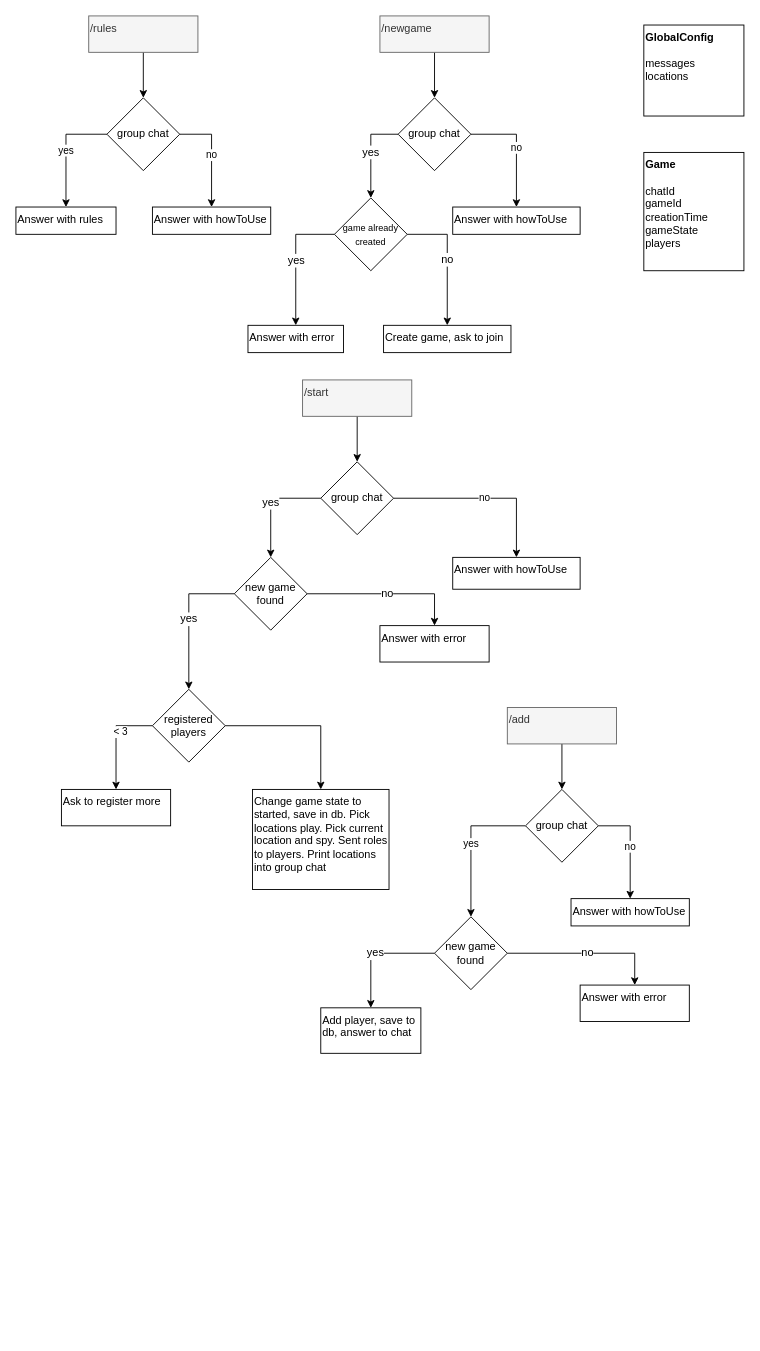
vendigo/spyfall-bot keeps this draw.io diagram as business-flow.drawio. Above is the earlier version. Source tidied: cells renumbered, new cells numbered last; positions are measured from the earlier drawing's top-left corner, leaving out a move shared by most shapes. Both pictures are drawn from the tidied source at 91%, with x=0, y=0 at pixel (15, 15).
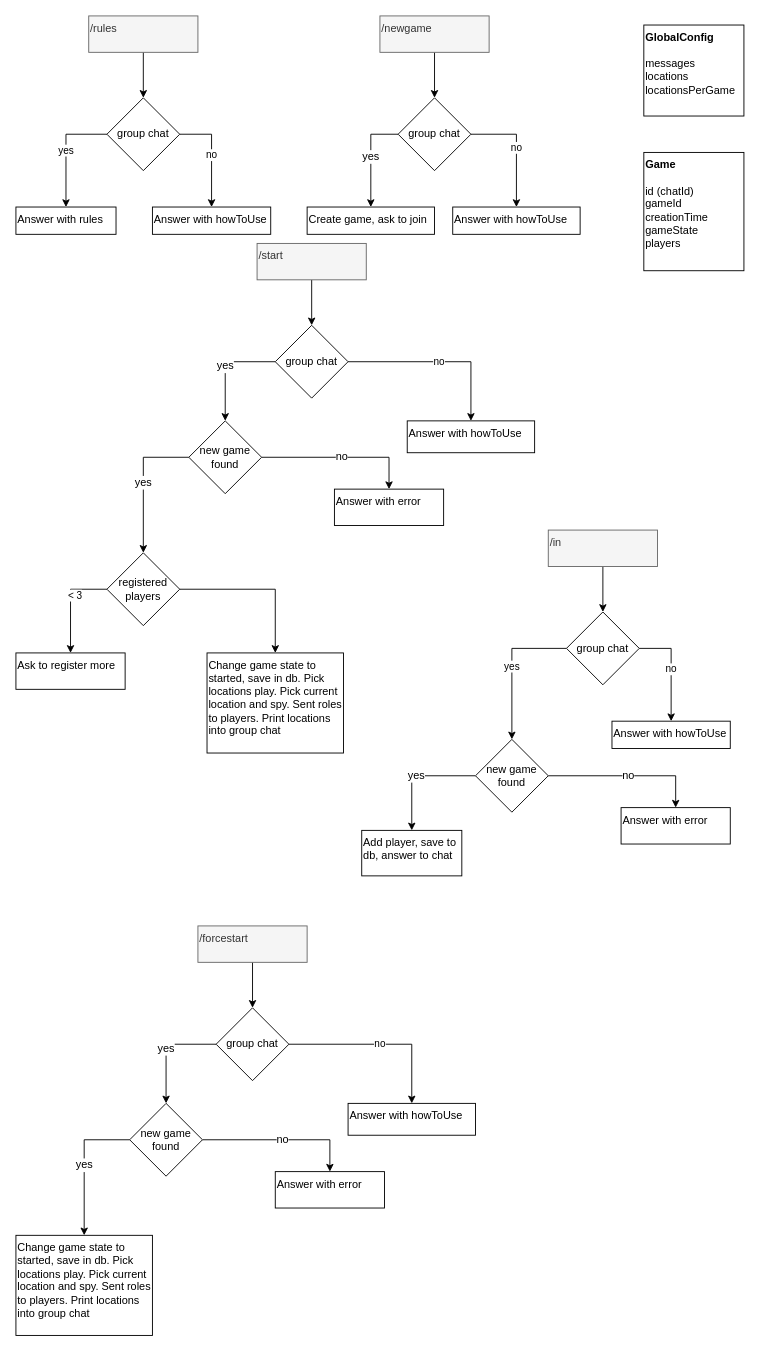
After the change.

Commit message (it also covers changes not shown here):
Cleanups, locationsPerGame moved to config. Fixed gameId increment

Unchanged cells that the change refers to:
```xml
<mxCell id="8" value="group chat" style="rhombus;whiteSpace=wrap;html=1;align=center;verticalAlign=middle;" parent="1" vertex="1">
  <mxGeometry x="420" y="90" width="80" height="80" as="geometry" />
</mxCell>
```

Change to the diagram source:
```diff
@@
-    <mxCell id="2" value="&lt;b&gt;GlobalConfig&lt;/b&gt;&lt;br&gt;&lt;br&gt;messages&lt;br&gt;locations" style="rounded=0;whiteSpace=wrap;html=1;verticalAlign=top;align=left;" parent="1" vertex="1">
+    <mxCell id="2" value="&lt;b&gt;GlobalConfig&lt;/b&gt;&lt;br&gt;&lt;br&gt;messages&lt;br&gt;locations&lt;br&gt;locationsPerGame" style="rounded=0;whiteSpace=wrap;html=1;verticalAlign=top;align=left;" parent="1" vertex="1">
       <mxGeometry x="690" y="10" width="110" height="100" as="geometry" />
     </mxCell>
@@
     <mxCell id="5" value="Change game state to started, save in db. Pick locations play. Pick current location and spy. Sent roles to players. Print locations into group chat" style="rounded=0;whiteSpace=wrap;html=1;align=left;verticalAlign=top;" parent="1" vertex="1">
-      <mxGeometry x="260" y="850" width="150" height="110" as="geometry" />
+      <mxGeometry x="210" y="700" width="150" height="110" as="geometry" />
     </mxCell>
@@
-    <mxCell id="7" value="yes" style="edgeStyle=orthogonalEdgeStyle;rounded=0;jettySize=auto;html=1;exitX=0;exitY=0.5;exitDx=0;exitDy=0;entryX=0.5;entryY=0;entryDx=0;entryDy=0;fontSize=12;" parent="1" edge="1" source="8" target="31">
+    <mxCell id="7" value="yes" style="edgeStyle=orthogonalEdgeStyle;rounded=0;jettySize=auto;html=1;exitX=0;exitY=0.5;exitDx=0;exitDy=0;entryX=0.5;entryY=0;entryDx=0;entryDy=0;fontSize=12;" parent="1" edge="1" source="8" target="33">
       <mxGeometry relative="1" as="geometry" />
     </mxCell>
@@
-    <mxCell id="10" value="&lt;b&gt;Game&lt;/b&gt;&lt;br&gt;&lt;br&gt;chatId&lt;br&gt;gameId&lt;br&gt;creationTime&lt;br&gt;gameState&lt;br&gt;players" style="rounded=0;whiteSpace=wrap;html=1;verticalAlign=top;align=left;" parent="1" vertex="1">
+    <mxCell id="10" value="&lt;b&gt;Game&lt;/b&gt;&lt;br&gt;&lt;br&gt;id (chatId)&lt;br&gt;gameId&lt;br&gt;creationTime&lt;br&gt;gameState&lt;br&gt;players" style="rounded=0;whiteSpace=wrap;html=1;verticalAlign=top;align=left;" parent="1" vertex="1">
       <mxGeometry x="690" y="150" width="110" height="130" as="geometry" />
     </mxCell>
@@
     <mxCell id="12" value="/start" style="rounded=0;whiteSpace=wrap;html=1;align=left;verticalAlign=top;fillColor=#f5f5f5;fontColor=#333333;strokeColor=#666666;" parent="1" vertex="1">
-      <mxGeometry x="315" y="400" width="120" height="40" as="geometry" />
+      <mxGeometry x="265" y="250" width="120" height="40" as="geometry" />
     </mxCell>
@@
     <mxCell id="16" value="registered players" style="rhombus;whiteSpace=wrap;html=1;align=center;verticalAlign=middle;" parent="1" vertex="1">
-      <mxGeometry x="150" y="740" width="80" height="80" as="geometry" />
+      <mxGeometry x="100" y="590" width="80" height="80" as="geometry" />
     </mxCell>
     <mxCell id="17" value="Ask to register more" style="rounded=0;whiteSpace=wrap;html=1;align=left;verticalAlign=top;" parent="1" vertex="1">
-      <mxGeometry x="50" y="850" width="120" height="40" as="geometry" />
+      <mxGeometry y="700" width="120" height="40" as="geometry" />
     </mxCell>
@@
     <mxCell id="20" value="group chat" style="rhombus;whiteSpace=wrap;html=1;align=center;verticalAlign=middle;" parent="1" vertex="1">
-      <mxGeometry x="335" y="490" width="80" height="80" as="geometry" />
+      <mxGeometry x="285" y="340" width="80" height="80" as="geometry" />
     </mxCell>
     <mxCell id="21" value="Answer with howToUse" style="rounded=0;whiteSpace=wrap;html=1;align=left;verticalAlign=top;" parent="1" vertex="1">
-      <mxGeometry x="480" y="595" width="140" height="35" as="geometry" />
+      <mxGeometry x="430" y="445" width="140" height="35" as="geometry" />
     </mxCell>
@@
-    <mxCell id="29" value="yes" style="edgeStyle=orthogonalEdgeStyle;rounded=0;jettySize=auto;html=1;exitX=0;exitY=0.5;exitDx=0;exitDy=0;entryX=0.5;entryY=0;entryDx=0;entryDy=0;fontSize=12;" parent="1" edge="1" source="31" target="32">
-      <mxGeometry relative="1" as="geometry" />
-    </mxCell>
-    <mxCell id="30" value="no" style="edgeStyle=orthogonalEdgeStyle;rounded=0;jettySize=auto;html=1;exitX=1;exitY=0.5;exitDx=0;exitDy=0;entryX=0.5;entryY=0;entryDx=0;entryDy=0;fontSize=12;" parent="1" edge="1" source="31" target="33">
-      <mxGeometry relative="1" as="geometry" />
-    </mxCell>
-    <mxCell id="31" value="&lt;font style=&quot;font-size: 10px;&quot;&gt;game already created&lt;/font&gt;" style="rhombus;whiteSpace=wrap;html=1;align=center;verticalAlign=middle;" parent="1" vertex="1">
-      <mxGeometry x="350" y="200" width="80" height="80" as="geometry" />
-    </mxCell>
-    <mxCell id="32" value="Answer with error&lt;br&gt;" style="rounded=0;whiteSpace=wrap;html=1;align=left;verticalAlign=top;" parent="1" vertex="1">
-      <mxGeometry x="255" y="340" width="105" height="30" as="geometry" />
-    </mxCell>
     <mxCell id="33" value="Create game, ask to join" style="rounded=0;whiteSpace=wrap;html=1;align=left;verticalAlign=top;" parent="1" vertex="1">
-      <mxGeometry x="404" y="340" width="140" height="30" as="geometry" />
+      <mxGeometry x="320" y="210" width="140" height="30" as="geometry" />
     </mxCell>
@@
     <mxCell id="36" value="new game found" style="rhombus;whiteSpace=wrap;html=1;align=center;verticalAlign=middle;" parent="1" vertex="1">
-      <mxGeometry x="240" y="595" width="80" height="80" as="geometry" />
+      <mxGeometry x="190" y="445" width="80" height="80" as="geometry" />
     </mxCell>
     <mxCell id="37" value="Answer with error" style="rounded=0;whiteSpace=wrap;html=1;align=left;verticalAlign=top;" parent="1" vertex="1">
-      <mxGeometry x="400" y="670" width="120" height="40" as="geometry" />
+      <mxGeometry x="350" y="520" width="120" height="40" as="geometry" />
     </mxCell>
@@
-    <mxCell id="39" value="/add" style="rounded=0;whiteSpace=wrap;html=1;align=left;verticalAlign=top;fillColor=#f5f5f5;fontColor=#333333;strokeColor=#666666;" parent="1" vertex="1">
-      <mxGeometry x="540" y="760" width="120" height="40" as="geometry" />
+    <mxCell id="39" value="/in" style="rounded=0;whiteSpace=wrap;html=1;align=left;verticalAlign=top;fillColor=#f5f5f5;fontColor=#333333;strokeColor=#666666;" parent="1" vertex="1">
+      <mxGeometry x="585" y="565" width="120" height="40" as="geometry" />
     </mxCell>
@@
     <mxCell id="42" value="group chat" style="rhombus;whiteSpace=wrap;html=1;align=center;verticalAlign=middle;" parent="1" vertex="1">
-      <mxGeometry x="560" y="850" width="80" height="80" as="geometry" />
+      <mxGeometry x="605" y="655" width="80" height="80" as="geometry" />
     </mxCell>
     <mxCell id="43" value="Answer with howToUse" style="rounded=0;whiteSpace=wrap;html=1;align=left;verticalAlign=top;" parent="1" vertex="1">
-      <mxGeometry x="610" y="970" width="130" height="30" as="geometry" />
+      <mxGeometry x="655" y="775" width="130" height="30" as="geometry" />
     </mxCell>
     <mxCell id="44" value="Add player, save to db, answer to chat" style="rounded=0;whiteSpace=wrap;html=1;align=left;verticalAlign=top;" parent="1" vertex="1">
-      <mxGeometry x="335" y="1090" width="110" height="50" as="geometry" />
+      <mxGeometry x="380" y="895" width="110" height="50" as="geometry" />
     </mxCell>
@@
     <mxCell id="47" value="new game found" style="rhombus;whiteSpace=wrap;html=1;align=center;verticalAlign=middle;" parent="1" vertex="1">
-      <mxGeometry x="460" y="990" width="80" height="80" as="geometry" />
+      <mxGeometry x="505" y="795" width="80" height="80" as="geometry" />
     </mxCell>
     <mxCell id="48" value="Answer with error" style="rounded=0;whiteSpace=wrap;html=1;align=left;verticalAlign=top;" parent="1" vertex="1">
-      <mxGeometry x="620" y="1065" width="120" height="40" as="geometry" />
+      <mxGeometry x="665" y="870" width="120" height="40" as="geometry" />
     </mxCell>
+    <mxCell id="49" value="Change game state to started, save in db. Pick locations play. Pick current location and spy. Sent roles to players. Print locations into group chat" style="rounded=0;whiteSpace=wrap;html=1;align=left;verticalAlign=top;" parent="1" vertex="1">
+      <mxGeometry y="1340" width="150" height="110" as="geometry" />
+    </mxCell>
+    <mxCell id="50" style="edgeStyle=orthogonalEdgeStyle;rounded=0;jettySize=auto;html=1;exitX=0.5;exitY=1;exitDx=0;exitDy=0;entryX=0.5;entryY=0;entryDx=0;entryDy=0;" parent="1" edge="1" source="51" target="53">
+      <mxGeometry relative="1" as="geometry" />
+    </mxCell>
+    <mxCell id="51" value="/forcestart" style="rounded=0;whiteSpace=wrap;html=1;align=left;verticalAlign=top;fillColor=#f5f5f5;fontColor=#333333;strokeColor=#666666;" parent="1" vertex="1">
+      <mxGeometry x="200" y="1000" width="120" height="40" as="geometry" />
+    </mxCell>
+    <mxCell id="52" value="no" style="edgeStyle=orthogonalEdgeStyle;rounded=0;jettySize=auto;html=1;exitX=1;exitY=0.5;exitDx=0;exitDy=0;" parent="1" edge="1" source="53" target="54">
+      <mxGeometry relative="1" as="geometry" />
+    </mxCell>
+    <mxCell id="29" value="yes" style="edgeStyle=orthogonalEdgeStyle;rounded=0;jettySize=auto;html=1;exitX=0;exitY=0.5;exitDx=0;exitDy=0;entryX=0.5;entryY=0;entryDx=0;entryDy=0;fontSize=12;" parent="1" edge="1" source="53" target="56">
+      <mxGeometry relative="1" as="geometry" />
+    </mxCell>
+    <mxCell id="53" value="group chat" style="rhombus;whiteSpace=wrap;html=1;align=center;verticalAlign=middle;" parent="1" vertex="1">
+      <mxGeometry x="220" y="1090" width="80" height="80" as="geometry" />
+    </mxCell>
+    <mxCell id="54" value="Answer with howToUse" style="rounded=0;whiteSpace=wrap;html=1;align=left;verticalAlign=top;" parent="1" vertex="1">
+      <mxGeometry x="365" y="1195" width="140" height="35" as="geometry" />
+    </mxCell>
+    <mxCell id="30" value="no" style="edgeStyle=orthogonalEdgeStyle;rounded=0;jettySize=auto;html=1;exitX=1;exitY=0.5;exitDx=0;exitDy=0;entryX=0.5;entryY=0;entryDx=0;entryDy=0;fontSize=12;" parent="1" edge="1" source="56" target="32">
+      <mxGeometry relative="1" as="geometry" />
+    </mxCell>
+    <mxCell id="55" value="yes" style="edgeStyle=orthogonalEdgeStyle;rounded=0;jettySize=auto;html=1;exitX=0;exitY=0.5;exitDx=0;exitDy=0;fontSize=12;entryX=0.5;entryY=0;entryDx=0;entryDy=0;" parent="1" edge="1" source="56" target="49">
+      <mxGeometry relative="1" as="geometry" />
+    </mxCell>
+    <mxCell id="56" value="new game found" style="rhombus;whiteSpace=wrap;html=1;align=center;verticalAlign=middle;" parent="1" vertex="1">
+      <mxGeometry x="125" y="1195" width="80" height="80" as="geometry" />
+    </mxCell>
+    <mxCell id="32" value="Answer with error" style="rounded=0;whiteSpace=wrap;html=1;align=left;verticalAlign=top;" parent="1" vertex="1">
+      <mxGeometry x="285" y="1270" width="120" height="40" as="geometry" />
+    </mxCell>
```
